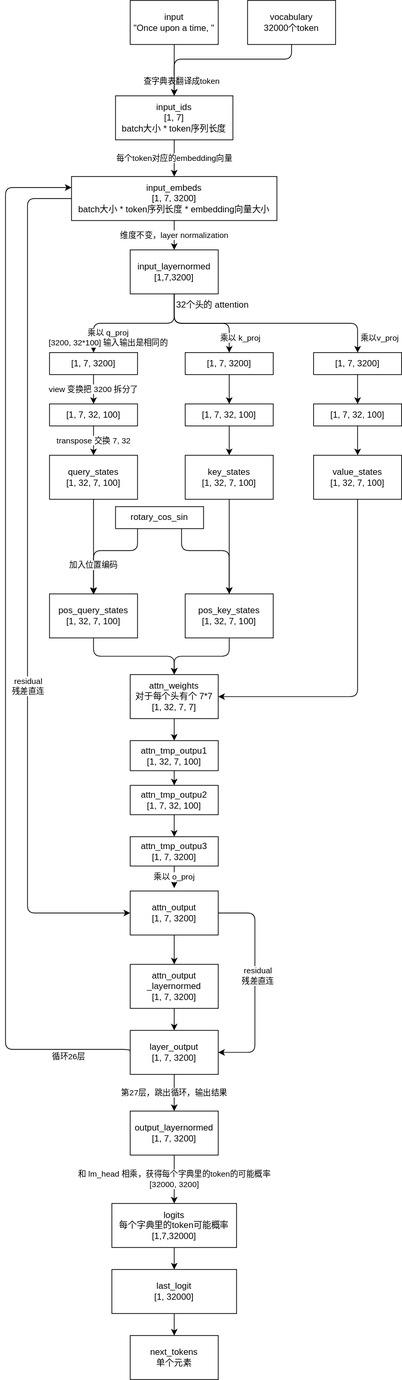
Earlier version of the draw.io export cpu-pytorch/data-flow.drawio.svg (taowen/learn-llama). Source tidied: cells renumbered, new cells last; positions are measured from the earlier drawing's top-left corner, leaving out a move shared by most shapes.
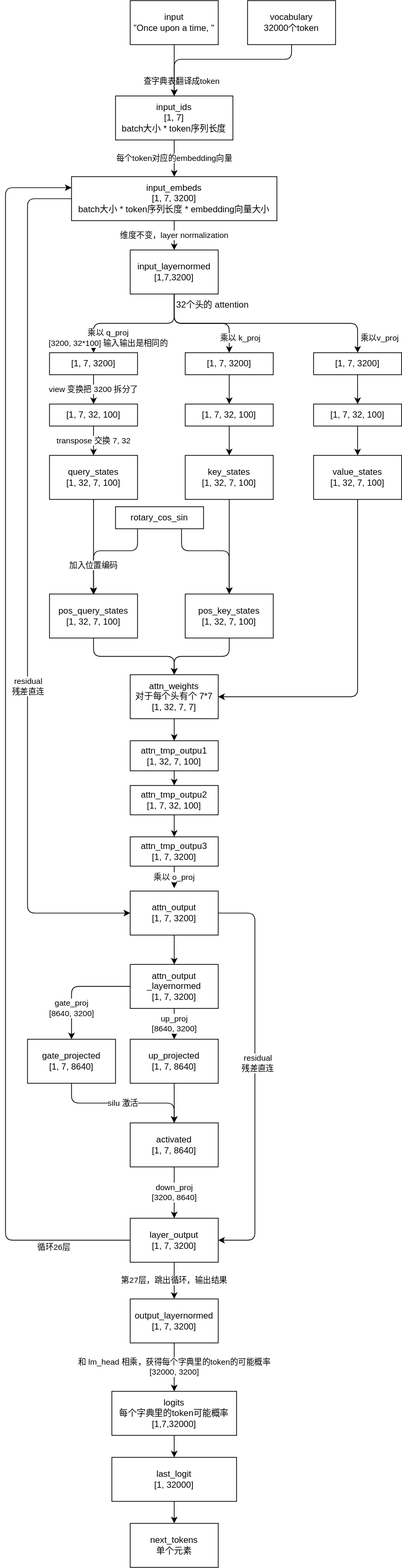
Later version of the same file.

Change to the diagram source:
```diff
@@ -107,7 +107,7 @@
       <mxGeometry relative="1" as="geometry">
         <Array as="points">
           <mxPoint x="340" y="1244" />
-          <mxPoint x="340" y="1434" />
+          <mxPoint x="340" y="1690" />
         </Array>
       </mxGeometry>
     </mxCell>
@@ -117,9 +117,12 @@
     <mxCell id="31" value="attn_output&lt;br&gt;[1, 7, 3200]" style="rounded=0;whiteSpace=wrap;html=1;" parent="1" vertex="1">
       <mxGeometry x="170" y="1214" width="120" height="60" as="geometry" />
     </mxCell>
-    <mxCell id="32" style="edgeStyle=orthogonalEdgeStyle;html=1;exitX=0.5;exitY=1;exitDx=0;exitDy=0;" parent="1" edge="1" source="33" target="36">
-      <mxGeometry relative="1" as="geometry" />
-    </mxCell>
+    <mxCell id="66" value="up_proj&lt;br&gt;[8640, 3200]" style="edgeStyle=none;html=1;exitX=0.5;exitY=1;exitDx=0;exitDy=0;" parent="1" edge="1" source="33" target="71">
+      <mxGeometry relative="1" as="geometry" />
+    </mxCell>
+    <mxCell id="67" value="gate_proj&lt;br&gt;[8640, 3200]" style="edgeStyle=orthogonalEdgeStyle;html=1;exitX=0;exitY=0.5;exitDx=0;exitDy=0;" parent="1" edge="1" source="33" target="69">
+      <mxGeometry x="0.45" relative="1" as="geometry" />
+    </mxCell>
     <mxCell id="33" value="attn_output&lt;br&gt;_layernormed&lt;br&gt;[1, 7, 3200]" style="rounded=0;whiteSpace=wrap;html=1;" parent="1" vertex="1">
       <mxGeometry x="170" y="1314" width="120" height="60" as="geometry" />
     </mxCell>
@@ -129,14 +132,13 @@
     <mxCell id="35" value="循环26层" style="edgeStyle=orthogonalEdgeStyle;html=1;exitX=0;exitY=0.5;exitDx=0;exitDy=0;entryX=0;entryY=0.25;entryDx=0;entryDy=0;" parent="1" edge="1" source="36" target="9">
       <mxGeometry x="-0.88" y="10" relative="1" as="geometry">
         <Array as="points">
-          <mxPoint x="170" y="1430" />
-          <mxPoint y="1430" />
+          <mxPoint y="1690" />
           <mxPoint y="255" />
         </Array>
       </mxGeometry>
     </mxCell>
     <mxCell id="36" value="layer_output&lt;br&gt;[1, 7, 3200]" style="rounded=0;whiteSpace=wrap;html=1;" parent="1" vertex="1">
-      <mxGeometry x="170" y="1404" width="120" height="60" as="geometry" />
+      <mxGeometry x="170" y="1660" width="120" height="60" as="geometry" />
     </mxCell>
     <mxCell id="37" style="edgeStyle=orthogonalEdgeStyle;html=1;exitX=0.5;exitY=1;exitDx=0;exitDy=0;entryX=0.5;entryY=0;entryDx=0;entryDy=0;" parent="1" edge="1" source="38" target="5">
       <mxGeometry relative="1" as="geometry">
@@ -153,16 +155,16 @@
       <mxGeometry relative="1" as="geometry" />
     </mxCell>
     <mxCell id="40" value="output_layernormed&lt;br&gt;[1, 7, 3200]" style="rounded=0;whiteSpace=wrap;html=1;" parent="1" vertex="1">
-      <mxGeometry x="170" y="1514" width="120" height="60" as="geometry" />
+      <mxGeometry x="170" y="1770" width="120" height="60" as="geometry" />
     </mxCell>
     <mxCell id="41" style="edgeStyle=orthogonalEdgeStyle;html=1;exitX=0.5;exitY=1;exitDx=0;exitDy=0;entryX=0.5;entryY=0;entryDx=0;entryDy=0;" parent="1" edge="1" source="42" target="65">
       <mxGeometry relative="1" as="geometry" />
     </mxCell>
     <mxCell id="42" value="logits&lt;br&gt;每个字典里的token可能概率&lt;br&gt;[1,7,32000]" style="rounded=0;whiteSpace=wrap;html=1;" parent="1" vertex="1">
-      <mxGeometry x="145" y="1640" width="170" height="60" as="geometry" />
+      <mxGeometry x="145" y="1896" width="170" height="60" as="geometry" />
     </mxCell>
     <mxCell id="43" value="next_tokens&lt;br&gt;单个元素&amp;nbsp;" style="rounded=0;whiteSpace=wrap;html=1;" parent="1" vertex="1">
-      <mxGeometry x="170" y="1820" width="120" height="60" as="geometry" />
+      <mxGeometry x="170" y="2076" width="120" height="60" as="geometry" />
     </mxCell>
     <mxCell id="44" style="edgeStyle=orthogonalEdgeStyle;html=1;exitX=0.25;exitY=1;exitDx=0;exitDy=0;" parent="1" edge="1" source="46" target="21">
       <mxGeometry relative="1" as="geometry">
@@ -242,7 +244,25 @@
       <mxGeometry relative="1" as="geometry" />
     </mxCell>
     <mxCell id="65" value="last_logit&lt;br&gt;[1, 32000]" style="rounded=0;whiteSpace=wrap;html=1;" parent="1" vertex="1">
-      <mxGeometry x="145" y="1730" width="170" height="60" as="geometry" />
+      <mxGeometry x="145" y="1986" width="170" height="60" as="geometry" />
     </mxCell>
+    <mxCell id="68" value="silu 激活&amp;nbsp;" style="edgeStyle=orthogonalEdgeStyle;html=1;exitX=0.5;exitY=1;exitDx=0;exitDy=0;" parent="1" edge="1" source="69" target="73">
+      <mxGeometry relative="1" as="geometry" />
+    </mxCell>
+    <mxCell id="69" value="gate_projected&lt;br&gt;[1, 7, 8640]" style="rounded=0;whiteSpace=wrap;html=1;" parent="1" vertex="1">
+      <mxGeometry x="30" y="1416" width="120" height="60" as="geometry" />
+    </mxCell>
+    <mxCell id="70" style="edgeStyle=orthogonalEdgeStyle;html=1;exitX=0.5;exitY=1;exitDx=0;exitDy=0;entryX=0.5;entryY=0;entryDx=0;entryDy=0;" parent="1" edge="1" source="71" target="73">
+      <mxGeometry relative="1" as="geometry" />
+    </mxCell>
+    <mxCell id="71" value="up_projected&lt;br&gt;[1, 7, 8640]" style="rounded=0;whiteSpace=wrap;html=1;" parent="1" vertex="1">
+      <mxGeometry x="170" y="1416" width="120" height="60" as="geometry" />
+    </mxCell>
+    <mxCell id="72" value="down_proj&lt;br&gt;[3200, 8640]" style="edgeStyle=orthogonalEdgeStyle;html=1;exitX=0.5;exitY=1;exitDx=0;exitDy=0;" parent="1" edge="1" source="73" target="36">
+      <mxGeometry relative="1" as="geometry" />
+    </mxCell>
+    <mxCell id="73" value="activated&lt;br&gt;[1, 7, 8640]" style="rounded=0;whiteSpace=wrap;html=1;" parent="1" vertex="1">
+      <mxGeometry x="170" y="1530" width="120" height="60" as="geometry" />
+    </mxCell>
   </root>
 </mxGraphModel>
```
